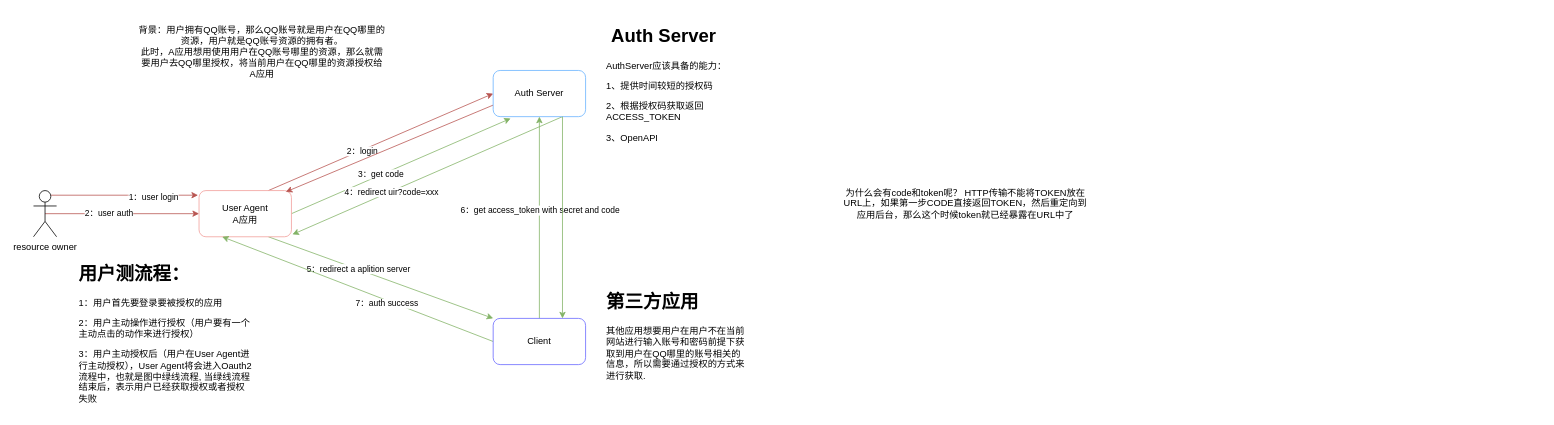
Before: design/oauth2.drawio in xmopen/drawio, a draw.io diagram. Source tidied: cells renumbered, new cells numbered last; positions are measured from the earlier drawing's top-left corner, leaving out a move shared by most shapes. Both pictures are drawn from the tidied source at 77%, with x=0, y=0 at pixel (33, 16).
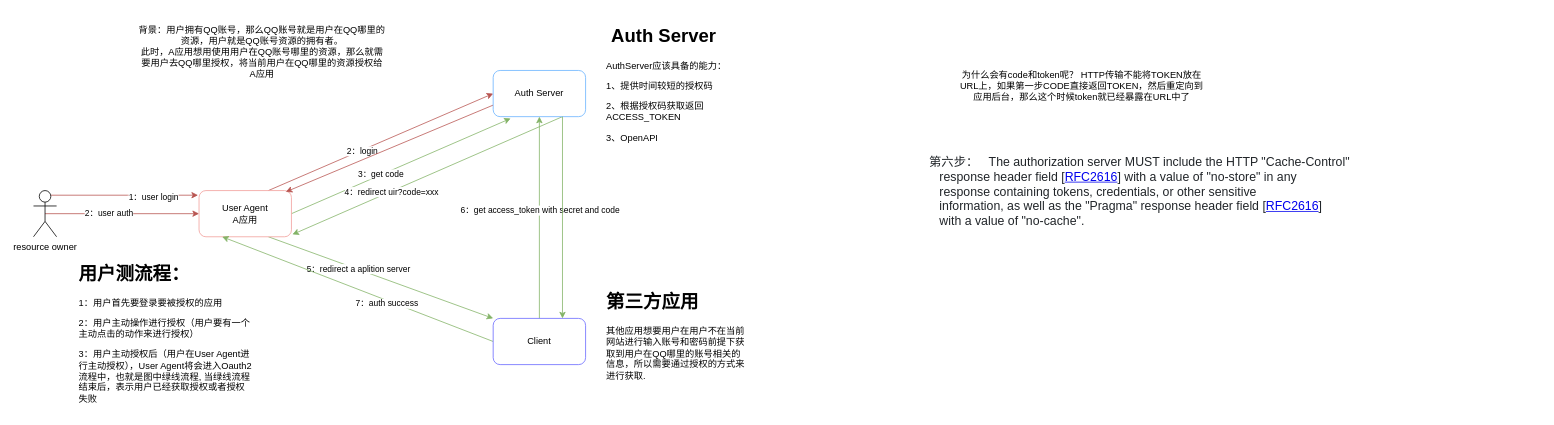
The same page after the edit.

What changed in the source:
```diff
@@
     <mxCell id="25" value="为什么会有code和token呢？ HTTP传输不能将TOKEN放在URL上，如果第一步CODE直接返回TOKEN，然后重定向到应用后台，那么这个时候token就已经暴露在URL中了" style="text;html=1;strokeColor=none;fillColor=none;align=center;verticalAlign=middle;whiteSpace=wrap;rounded=0;" parent="1" vertex="1">
-      <mxGeometry x="1051" y="199" width="319" height="87" as="geometry" />
+      <mxGeometry x="1202" y="46" width="319" height="87" as="geometry" />
     </mxCell>
@@
+    <mxCell id="29" value="&lt;pre style=&quot;box-sizing: border-box; font-family: var(--bs-font-monospace); font-size: 16px; margin-top: -1.25em; margin-bottom: 0px; overflow: auto; padding: 0px; width: 80ch; color: rgb(33, 37, 41); text-align: start;&quot; class=&quot;newpage&quot;&gt;第六步：   The authorization server MUST include the HTTP &quot;Cache-Control&quot;&lt;br&gt;   response header field [&lt;a style=&quot;box-sizing: border-box;&quot; href=&quot;https://datatracker.ietf.org/doc/html/rfc2616&quot;&gt;RFC2616&lt;/a&gt;] with a value of &quot;no-store&quot; in any&lt;br&gt;   response containing tokens, credentials, or other sensitive&lt;br&gt;   information, as well as the &quot;Pragma&quot; response header field [&lt;a style=&quot;box-sizing: border-box;&quot; href=&quot;https://datatracker.ietf.org/doc/html/rfc2616&quot;&gt;RFC2616&lt;/a&gt;]&lt;br&gt;   with a value of &quot;no-cache&quot;.&lt;/pre&gt;" style="text;html=1;strokeColor=none;fillColor=none;align=center;verticalAlign=middle;whiteSpace=wrap;rounded=0;" parent="1" vertex="1">
+      <mxGeometry x="1082" y="167" width="875" height="139" as="geometry" />
+    </mxCell>
```
